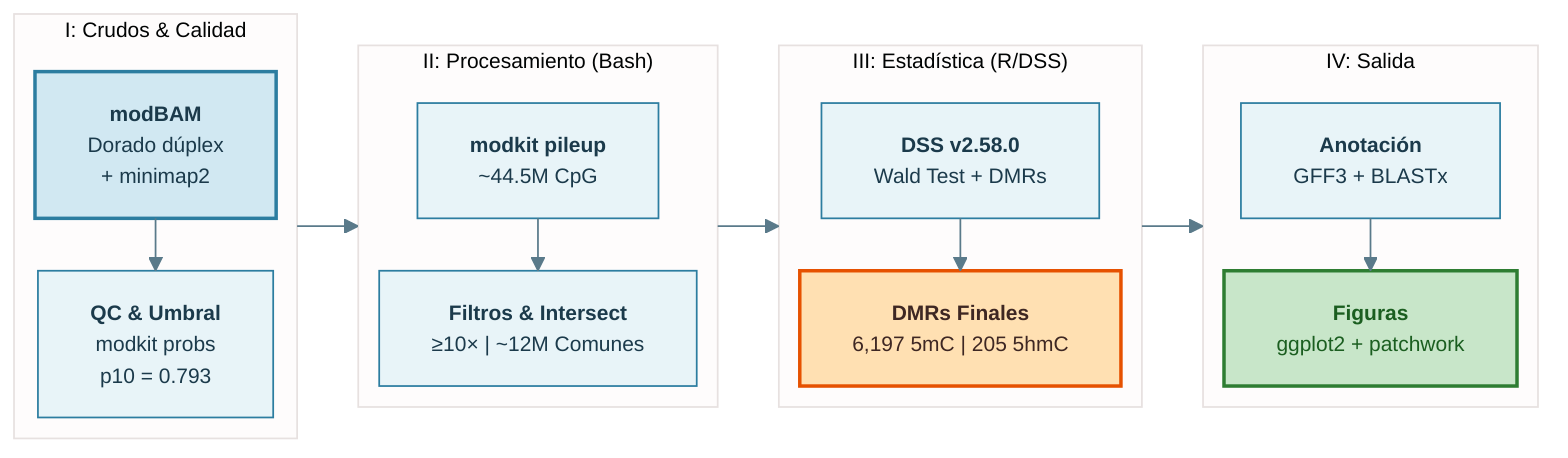
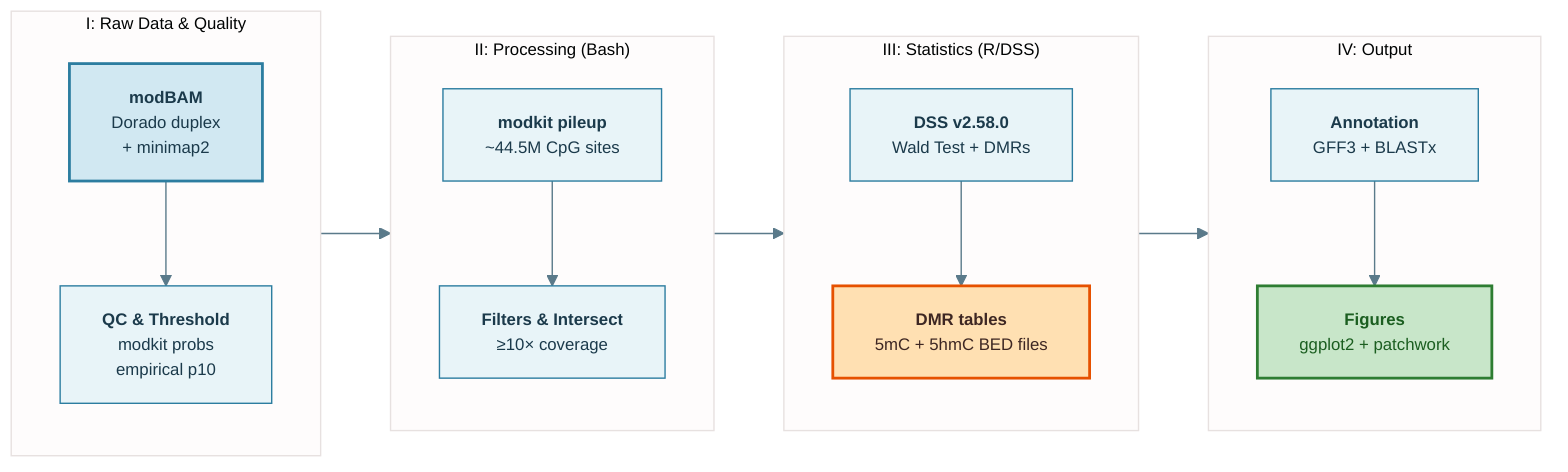
---
config:
-   layout: elk
  theme: base
  themeVariables:
    primaryColor: '#E8F4F8'
    primaryBorderColor: '#2C7DA0'
    primaryTextColor: '#1B3A4B'
    lineColor: '#5A7A8A'
    fontSize: 12px
---
flowchart LR
-     subgraph P1 ["I: Crudos & Calidad"]
+     subgraph P1 ["I: Raw Data & Quality"]
        direction TB
-         A["<b>modBAM</b><br/>Dorado dúplex<br/>+ minimap2"]:::input
-         B["<b>QC & Umbral</b><br/>modkit probs<br/>p10 = 0.793"]
+         A["<b>modBAM</b><br/>Dorado duplex<br/>+ minimap2"]:::input
+         B["<b>QC & Threshold</b><br/>modkit probs<br/>empirical p10"]
        A --> B
    end

-     subgraph P2 ["II: Procesamiento (Bash)"]
+     subgraph P2 ["II: Processing (Bash)"]
        direction TB
-         D["<b>modkit pileup</b><br/>~44.5M CpG"]
-         E["<b>Filtros & Intersect</b><br/>≥10× | ~12M Comunes"]
+         D["<b>modkit pileup</b><br/>~44.5M CpG sites"]
+         E["<b>Filters & Intersect</b><br/>≥10× coverage"]
        D --> E
    end

-     subgraph P3 ["III: Estadística (R/DSS)"]
+     subgraph P3 ["III: Statistics (R/DSS)"]
        direction TB
        H["<b>DSS v2.58.0</b><br/>Wald Test + DMRs"]
-         I["<b>DMRs Finales</b><br/>6,197 5mC | 205 5hmC"]:::result
+         I["<b>DMR tables</b><br/>5mC + 5hmC BED files"]:::result
        H --> I
    end

-     subgraph P4 ["IV: Salida"]
+     subgraph P4 ["IV: Output"]
        direction TB
-         J["<b>Anotación</b><br/>GFF3 + BLASTx"]
-         L["<b>Figuras</b><br/>ggplot2 + patchwork"]:::output
+         J["<b>Annotation</b><br/>GFF3 + BLASTx"]
+         L["<b>Figures</b><br/>ggplot2 + patchwork"]:::output
        J --> L
    end

-     %% Conexiones principales
+     %% Main connections
    P1 --> P2
    P2 --> P3
    P3 --> P4

-     %% Estilos
+     %% Styles
    classDef input fill:#D1E8F2,stroke:#2C7DA0,stroke-width:2px,color:#1B3A4B
    classDef result fill:#FFE0B2,stroke:#E65100,stroke-width:2px,color:#3E2723
-     classDef output fill:#C8E6C9,stroke:#2E7D32,stroke-width:2px,color:#1B5E20+     classDef output fill:#C8E6C9,stroke:#2E7D32,stroke-width:2px,color:#1B5E20
